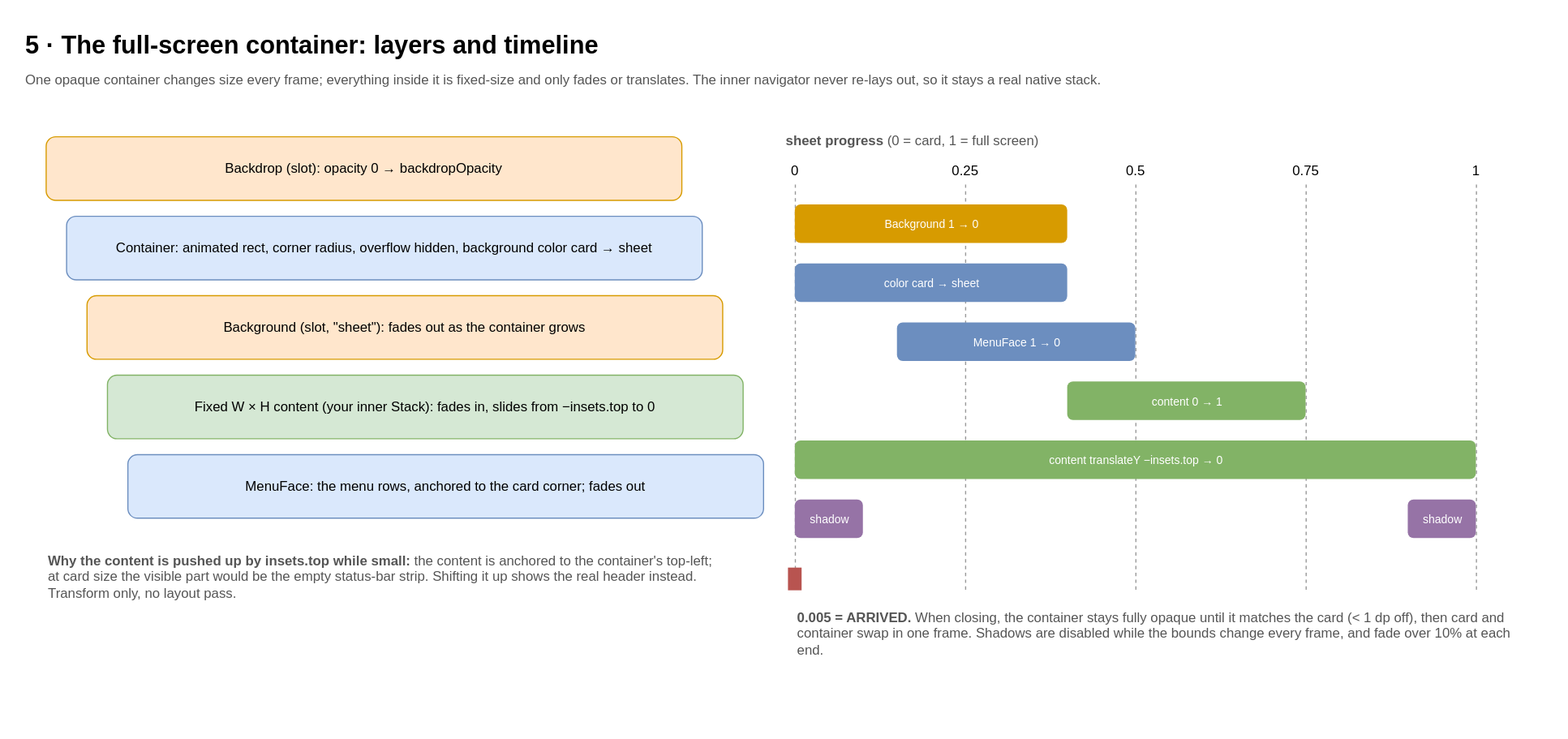
Above: docs/diagrams/svg/en/5-shell.svg in anhtuank7c/expo-morph-menu (draw.io), before the change. Source tidied: cells renumbered, new cells last; positions are measured from the earlier drawing's top-left corner, leaving out a move shared by most shapes.
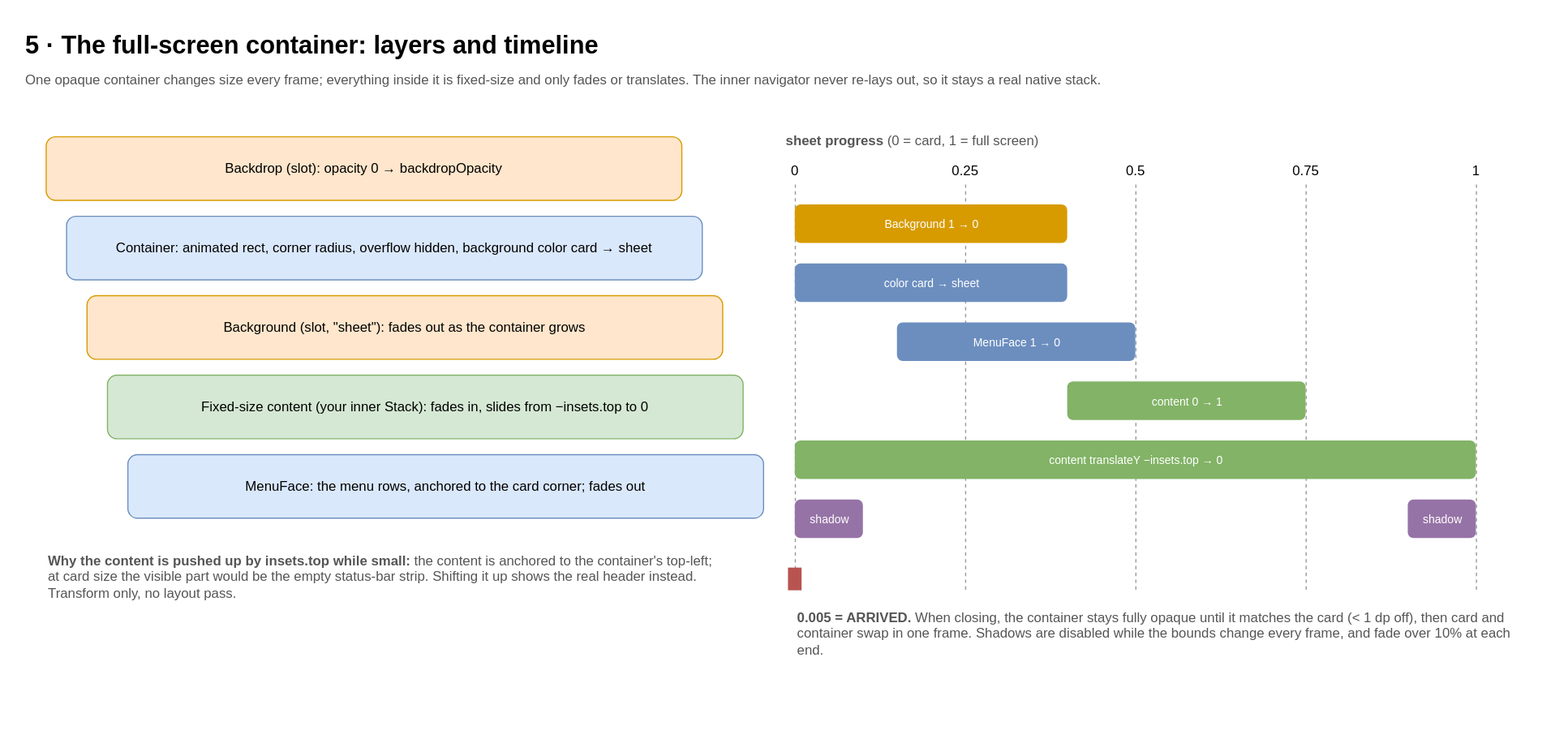
The same diagram one commit later.

What changed in the source:
```diff
@@ -17,7 +17,7 @@
     <mxCell id="6" value="Background (slot, &quot;sheet&quot;): fades out as the container grows" style="rounded=1;whiteSpace=wrap;html=1;fillColor=#ffe6cc;strokeColor=#d79b00;" parent="1" vertex="1">
       <mxGeometry x="56" y="240" width="560" height="56" as="geometry" />
     </mxCell>
-    <mxCell id="7" value="Fixed W × H content (your inner Stack): fades in, slides from −insets.top to 0" style="rounded=1;whiteSpace=wrap;html=1;fillColor=#d5e8d4;strokeColor=#82b366;" parent="1" vertex="1">
+    <mxCell id="7" value="Fixed-size content (your inner Stack): fades in, slides from −insets.top to 0" style="rounded=1;whiteSpace=wrap;html=1;fillColor=#d5e8d4;strokeColor=#82b366;" parent="1" vertex="1">
       <mxGeometry x="74" y="310" width="560" height="56" as="geometry" />
     </mxCell>
     <mxCell id="8" value="MenuFace: the menu rows, anchored to the card corner; fades out" style="rounded=1;whiteSpace=wrap;html=1;fillColor=#dae8fc;strokeColor=#6c8ebf;" parent="1" vertex="1">
```
